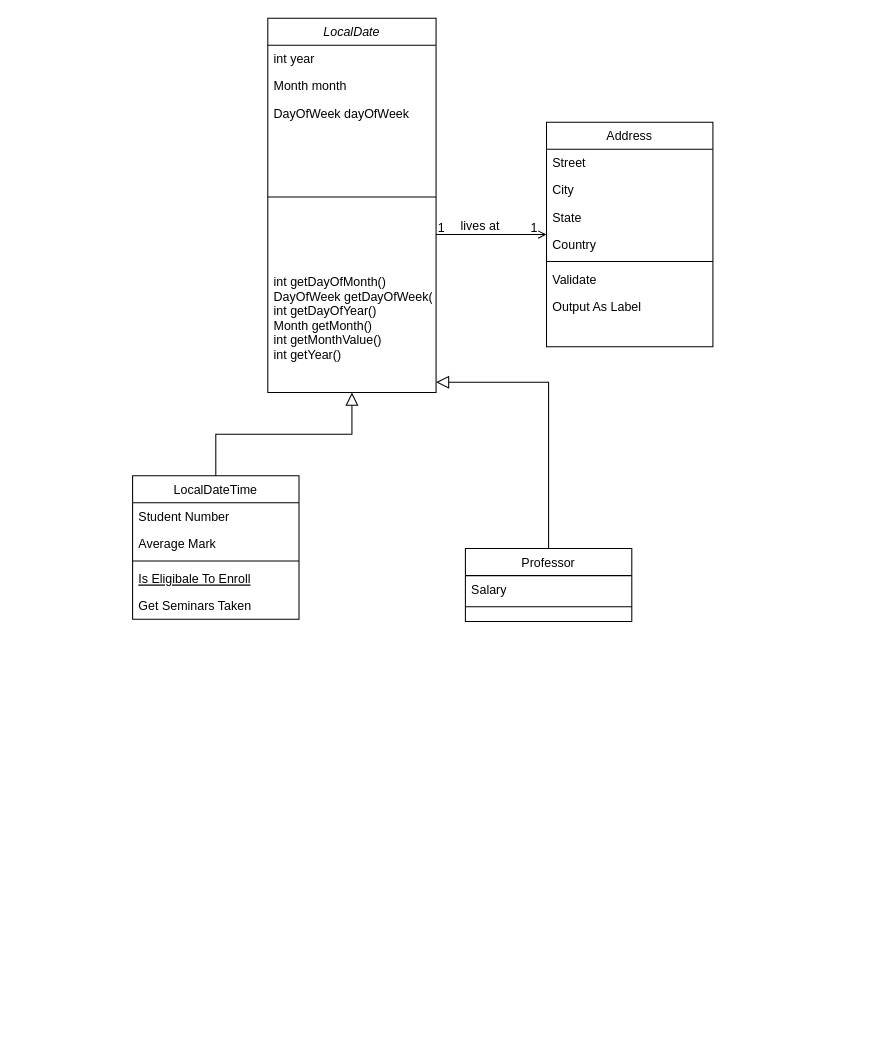
Above: Untitled Diagram.drawio in MaRsOnIx/WSBv2 (draw.io), before the change. Source tidied: cells renumbered, new cells numbered last; positions are measured from the earlier drawing's top-left corner, leaving out a move shared by most shapes. Both pictures are drawn from the tidied source at 104%, with x=0, y=0 at pixel (132, 18).
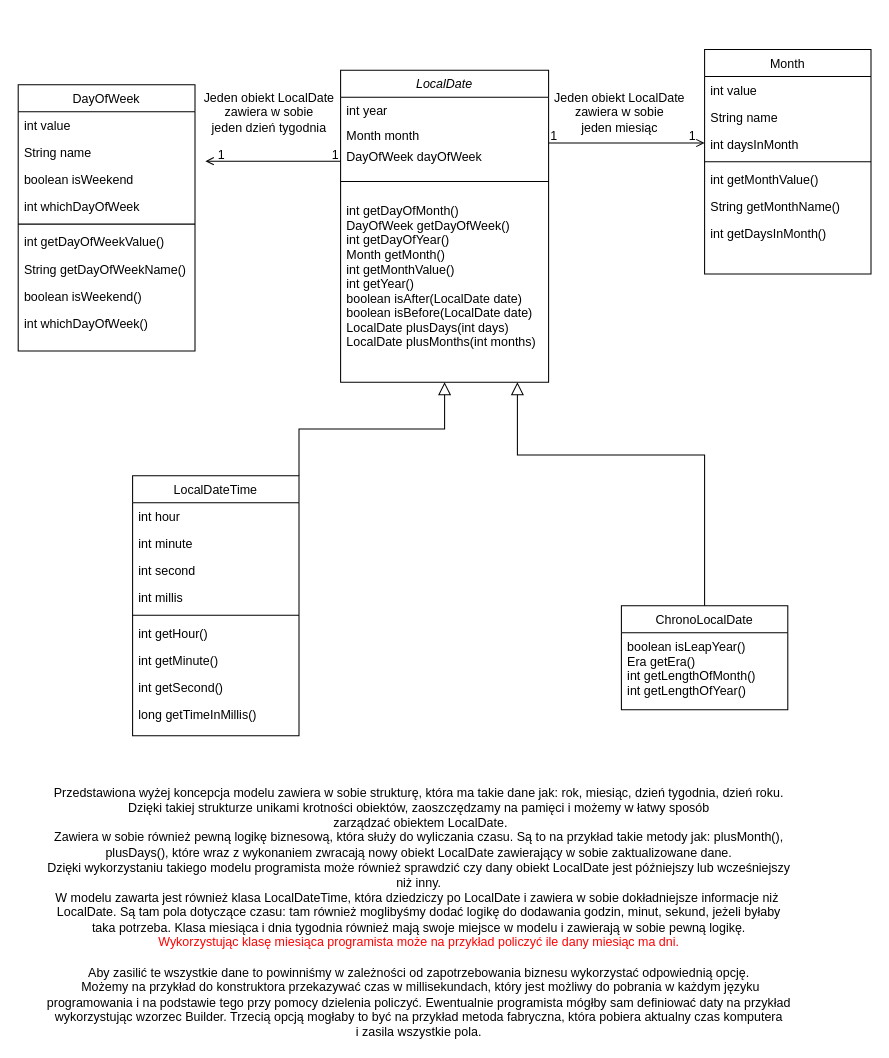
Above is the later version.

Diff of the diagram source:
```diff
@@
     <mxCell id="2" value="LocalDate" style="swimlane;fontStyle=2;align=center;verticalAlign=top;horizontal=1;startSize=26;rounded=0;shadow=0;strokeWidth=1;" parent="1" vertex="1">
-      <mxGeometry x="130" width="161.8" height="360" as="geometry" />
+      <mxGeometry x="200" y="50" width="200" height="300" as="geometry" />
     </mxCell>
     <mxCell id="3" value="int year" style="text;align=left;verticalAlign=top;spacingLeft=4;spacingRight=4;overflow=hidden;" parent="2" vertex="1">
-      <mxGeometry y="26" width="161.8" height="26" as="geometry" />
+      <mxGeometry y="26" width="200" height="24" as="geometry" />
     </mxCell>
     <mxCell id="4" value="Month month" style="text;align=left;verticalAlign=top;spacingLeft=4;spacingRight=4;overflow=hidden;rounded=0;shadow=0;html=0;" parent="2" vertex="1">
-      <mxGeometry y="52" width="161.8" height="26" as="geometry" />
+      <mxGeometry y="50" width="200" height="20" as="geometry" />
     </mxCell>
     <mxCell id="5" value="DayOfWeek dayOfWeek" style="text;align=left;verticalAlign=top;spacingLeft=4;spacingRight=4;overflow=hidden;rounded=0;shadow=0;html=0;" parent="2" vertex="1">
-      <mxGeometry y="78" width="161.8" height="26" as="geometry" />
+      <mxGeometry y="70" width="200" height="22" as="geometry" />
     </mxCell>
     <mxCell id="6" style="line;html=1;strokeWidth=1;align=left;verticalAlign=middle;spacingTop=-1;spacingLeft=3;spacingRight=3;labelPosition=right;" parent="2" vertex="1">
-      <mxGeometry y="104" width="161.8" height="136" as="geometry" />
+      <mxGeometry y="92" width="200" height="30" as="geometry" />
     </mxCell>
-    <mxCell id="7" value="int getDayOfMonth()&#10;DayOfWeek getDayOfWeek()&#10;int getDayOfYear()&#10;Month getMonth()&#10;int getMonthValue()&#10;int getYear()" style="text;align=left;verticalAlign=top;spacingLeft=4;spacingRight=4;overflow=hidden;points=[[0,0.5],[1,0.5]];portConstraint=eastwest;" parent="2" vertex="1">
-      <mxGeometry y="240" width="161.8" height="110" as="geometry" />
+    <mxCell id="7" value="int getDayOfMonth()&#10;DayOfWeek getDayOfWeek()&#10;int getDayOfYear()&#10;Month getMonth()&#10;int getMonthValue()&#10;int getYear()&#10;boolean isAfter(LocalDate date)&#10;boolean isBefore(LocalDate date)&#10;LocalDate plusDays(int days)&#10;LocalDate plusMonths(int months)" style="text;align=left;verticalAlign=top;spacingLeft=4;spacingRight=4;overflow=hidden;points=[[0,0.5],[1,0.5]];portConstraint=eastwest;" parent="2" vertex="1">
+      <mxGeometry y="122" width="200" height="148" as="geometry" />
     </mxCell>
     <mxCell id="8" value="LocalDateTime" style="swimlane;fontStyle=0;align=center;verticalAlign=top;horizontal=1;startSize=26;rounded=0;shadow=0;strokeWidth=1;" parent="1" vertex="1">
-      <mxGeometry y="440" width="160" height="138" as="geometry" />
+      <mxGeometry y="440" width="160" height="250" as="geometry" />
     </mxCell>
-    <mxCell id="9" value="Student Number" style="text;align=left;verticalAlign=top;spacingLeft=4;spacingRight=4;overflow=hidden;" parent="8" vertex="1">
+    <mxCell id="9" value="int hour" style="text;align=left;verticalAlign=top;spacingLeft=4;spacingRight=4;overflow=hidden;" parent="8" vertex="1">
       <mxGeometry y="26" width="160" height="26" as="geometry" />
     </mxCell>
-    <mxCell id="10" value="Average Mark" style="text;align=left;verticalAlign=top;spacingLeft=4;spacingRight=4;overflow=hidden;rounded=0;shadow=0;html=0;" parent="8" vertex="1">
+    <mxCell id="10" value="int minute" style="text;align=left;verticalAlign=top;spacingLeft=4;spacingRight=4;overflow=hidden;rounded=0;shadow=0;html=0;" parent="8" vertex="1">
       <mxGeometry y="52" width="160" height="26" as="geometry" />
     </mxCell>
+    <mxCell id="31" value="int second" style="text;align=left;verticalAlign=top;spacingLeft=4;spacingRight=4;overflow=hidden;rounded=0;shadow=0;html=0;" parent="8" vertex="1">
+      <mxGeometry y="78" width="160" height="26" as="geometry" />
+    </mxCell>
+    <mxCell id="32" value="int millis" style="text;align=left;verticalAlign=top;spacingLeft=4;spacingRight=4;overflow=hidden;rounded=0;shadow=0;html=0;" parent="8" vertex="1">
+      <mxGeometry y="104" width="160" height="26" as="geometry" />
+    </mxCell>
     <mxCell id="11" style="line;html=1;strokeWidth=1;align=left;verticalAlign=middle;spacingTop=-1;spacingLeft=3;spacingRight=3;labelPosition=right;" parent="8" vertex="1">
-      <mxGeometry y="78" width="160" height="8" as="geometry" />
+      <mxGeometry y="130" width="160" height="8" as="geometry" />
     </mxCell>
-    <mxCell id="12" value="Is Eligibale To Enroll" style="text;align=left;verticalAlign=top;spacingLeft=4;spacingRight=4;overflow=hidden;fontStyle=4;" parent="8" vertex="1">
-      <mxGeometry y="86" width="160" height="26" as="geometry" />
-    </mxCell>
-    <mxCell id="13" value="Get Seminars Taken" style="text;align=left;verticalAlign=top;spacingLeft=4;spacingRight=4;overflow=hidden;" parent="8" vertex="1">
-      <mxGeometry y="112" width="160" height="26" as="geometry" />
-    </mxCell>
+    <mxCell id="33" value="int getHour()" style="text;align=left;verticalAlign=top;spacingLeft=4;spacingRight=4;overflow=hidden;" parent="8" vertex="1">
+      <mxGeometry y="138" width="160" height="26" as="geometry" />
+    </mxCell>
+    <mxCell id="34" value="int getMinute()" style="text;align=left;verticalAlign=top;spacingLeft=4;spacingRight=4;overflow=hidden;" parent="8" vertex="1">
+      <mxGeometry y="164" width="160" height="26" as="geometry" />
+    </mxCell>
+    <mxCell id="35" value="int getSecond()" style="text;align=left;verticalAlign=top;spacingLeft=4;spacingRight=4;overflow=hidden;" parent="8" vertex="1">
+      <mxGeometry y="190" width="160" height="26" as="geometry" />
+    </mxCell>
+    <mxCell id="36" value="long getTimeInMillis()" style="text;align=left;verticalAlign=top;spacingLeft=4;spacingRight=4;overflow=hidden;" parent="8" vertex="1">
+      <mxGeometry y="216" width="160" height="26" as="geometry" />
+    </mxCell>
-    <mxCell id="14" style="endArrow=block;endSize=10;endFill=0;shadow=0;strokeWidth=1;rounded=0;edgeStyle=elbowEdgeStyle;elbow=vertical;" parent="1" edge="1" source="8" target="2">
-      <mxGeometry relative="1" as="geometry" />
+    <mxCell id="14" style="endArrow=block;endSize=10;endFill=0;shadow=0;strokeWidth=1;rounded=0;edgeStyle=elbowEdgeStyle;elbow=vertical;" parent="1" edge="1" target="2">
+      <mxGeometry relative="1" as="geometry">
+        <mxPoint x="160" y="440" as="sourcePoint" />
+      </mxGeometry>
     </mxCell>
-    <mxCell id="15" value="Professor" style="swimlane;fontStyle=0;align=center;verticalAlign=top;horizontal=1;startSize=26;rounded=0;shadow=0;strokeWidth=1;" parent="1" vertex="1">
-      <mxGeometry x="320" y="510" width="160" height="70" as="geometry" />
+    <mxCell id="15" value="ChronoLocalDate" style="swimlane;fontStyle=0;align=center;verticalAlign=top;horizontal=1;startSize=26;rounded=0;shadow=0;strokeWidth=1;" parent="1" vertex="1">
+      <mxGeometry x="470" y="565" width="160" height="100" as="geometry" />
     </mxCell>
-    <mxCell id="16" value="Salary" style="text;align=left;verticalAlign=top;spacingLeft=4;spacingRight=4;overflow=hidden;" parent="15" vertex="1">
-      <mxGeometry y="26" width="160" height="26" as="geometry" />
+    <mxCell id="16" value="boolean isLeapYear()&#10;Era getEra()&#10;int getLengthOfMonth()&#10;int getLengthOfYear()" style="text;align=left;verticalAlign=top;spacingLeft=4;spacingRight=4;overflow=hidden;" parent="15" vertex="1">
+      <mxGeometry y="26" width="160" height="74" as="geometry" />
     </mxCell>
-    <mxCell id="17" style="line;html=1;strokeWidth=1;align=left;verticalAlign=middle;spacingTop=-1;spacingLeft=3;spacingRight=3;labelPosition=right;" parent="15" vertex="1">
-      <mxGeometry y="52" width="160" height="8" as="geometry" />
-    </mxCell>
-    <mxCell id="18" value="Address" style="swimlane;fontStyle=0;align=center;verticalAlign=top;horizontal=1;startSize=26;rounded=0;shadow=0;strokeWidth=1;" parent="1" vertex="1">
-      <mxGeometry x="398" y="100" width="160" height="216" as="geometry" />
+    <mxCell id="18" value="Month" style="swimlane;fontStyle=0;align=center;verticalAlign=top;horizontal=1;startSize=26;rounded=0;shadow=0;strokeWidth=1;" parent="1" vertex="1">
+      <mxGeometry x="550" y="30" width="160" height="216" as="geometry" />
     </mxCell>
-    <mxCell id="19" value="Street" style="text;align=left;verticalAlign=top;spacingLeft=4;spacingRight=4;overflow=hidden;" parent="18" vertex="1">
+    <mxCell id="19" value="int value" style="text;align=left;verticalAlign=top;spacingLeft=4;spacingRight=4;overflow=hidden;" parent="18" vertex="1">
       <mxGeometry y="26" width="160" height="26" as="geometry" />
     </mxCell>
-    <mxCell id="20" value="City" style="text;align=left;verticalAlign=top;spacingLeft=4;spacingRight=4;overflow=hidden;rounded=0;shadow=0;html=0;" parent="18" vertex="1">
+    <mxCell id="20" value="String name" style="text;align=left;verticalAlign=top;spacingLeft=4;spacingRight=4;overflow=hidden;rounded=0;shadow=0;html=0;" parent="18" vertex="1">
       <mxGeometry y="52" width="160" height="26" as="geometry" />
     </mxCell>
-    <mxCell id="21" value="State" style="text;align=left;verticalAlign=top;spacingLeft=4;spacingRight=4;overflow=hidden;rounded=0;shadow=0;html=0;" parent="18" vertex="1">
+    <mxCell id="21" value="int daysInMonth" style="text;align=left;verticalAlign=top;spacingLeft=4;spacingRight=4;overflow=hidden;rounded=0;shadow=0;html=0;" parent="18" vertex="1">
       <mxGeometry y="78" width="160" height="26" as="geometry" />
     </mxCell>
-    <mxCell id="22" value="Country" style="text;align=left;verticalAlign=top;spacingLeft=4;spacingRight=4;overflow=hidden;rounded=0;shadow=0;html=0;" parent="18" vertex="1">
-      <mxGeometry y="104" width="160" height="26" as="geometry" />
-    </mxCell>
     <mxCell id="23" style="line;html=1;strokeWidth=1;align=left;verticalAlign=middle;spacingTop=-1;spacingLeft=3;spacingRight=3;labelPosition=right;" parent="18" vertex="1">
-      <mxGeometry y="130" width="160" height="8" as="geometry" />
+      <mxGeometry y="104" width="160" height="8" as="geometry" />
     </mxCell>
-    <mxCell id="24" value="Validate" style="text;align=left;verticalAlign=top;spacingLeft=4;spacingRight=4;overflow=hidden;" parent="18" vertex="1">
-      <mxGeometry y="138" width="160" height="26" as="geometry" />
+    <mxCell id="24" value="int getMonthValue()" style="text;align=left;verticalAlign=top;spacingLeft=4;spacingRight=4;overflow=hidden;" parent="18" vertex="1">
+      <mxGeometry y="112" width="160" height="26" as="geometry" />
     </mxCell>
-    <mxCell id="25" value="Output As Label" style="text;align=left;verticalAlign=top;spacingLeft=4;spacingRight=4;overflow=hidden;" parent="18" vertex="1">
-      <mxGeometry y="164" width="160" height="26" as="geometry" />
+    <mxCell id="25" value="String getMonthName()" style="text;align=left;verticalAlign=top;spacingLeft=4;spacingRight=4;overflow=hidden;" parent="18" vertex="1">
+      <mxGeometry y="138" width="160" height="26" as="geometry" />
     </mxCell>
+    <mxCell id="37" value="int getDaysInMonth()" style="text;align=left;verticalAlign=top;spacingLeft=4;spacingRight=4;overflow=hidden;" parent="18" vertex="1">
+      <mxGeometry y="164" width="160" height="26" as="geometry" />
+    </mxCell>
     <mxCell id="26" style="endArrow=open;shadow=0;strokeWidth=1;rounded=0;endFill=1;edgeStyle=elbowEdgeStyle;elbow=vertical;" parent="1" edge="1" source="2" target="18">
       <mxGeometry x="0.5" y="41" relative="1" as="geometry">
+        <Array as="points">
+          <mxPoint x="430" y="120" />
+        </Array>
         <mxPoint x="-40" y="32" as="offset" />
       </mxGeometry>
     </mxCell>
@@
-    <mxCell id="29" value="lives at" style="text;html=1;align=center;verticalAlign=middle;labelBackgroundColor=none;rounded=0;shadow=0;strokeWidth=1;fontSize=12;" parent="26" vertex="1">
+    <mxCell id="29" value="Jeden obiekt LocalDate&lt;br&gt;zawiera w sobie&lt;br&gt;jeden miesiąc" style="text;html=1;align=center;verticalAlign=middle;labelBackgroundColor=none;rounded=0;shadow=0;strokeWidth=1;fontSize=12;" parent="26" vertex="1">
       <mxGeometry x="0.5" y="49" relative="1" as="geometry">
-        <mxPoint x="-38" y="40" as="offset" />
+        <mxPoint x="-45.8" y="19" as="offset" />
       </mxGeometry>
     </mxCell>
-    <mxCell id="30" style="endArrow=block;endSize=10;endFill=0;shadow=0;strokeWidth=1;rounded=0;edgeStyle=elbowEdgeStyle;elbow=vertical;" parent="1" edge="1" source="15" target="7">
+    <mxCell id="30" style="endArrow=block;endSize=10;endFill=0;shadow=0;strokeWidth=1;rounded=0;edgeStyle=elbowEdgeStyle;elbow=vertical;" parent="1" edge="1" source="15">
       <mxGeometry relative="1" as="geometry">
+        <mxPoint x="370" y="350" as="targetPoint" />
         <Array as="points">
-          <mxPoint x="280" y="350" />
+          <mxPoint x="450" y="420" />
+          <mxPoint x="360" y="350" />
         </Array>
       </mxGeometry>
     </mxCell>
+    <mxCell id="38" value="DayOfWeek" style="swimlane;fontStyle=0;align=center;verticalAlign=top;horizontal=1;startSize=26;rounded=0;shadow=0;strokeWidth=1;" parent="1" vertex="1">
+      <mxGeometry x="-110" y="64" width="170" height="256" as="geometry" />
+    </mxCell>
+    <mxCell id="39" value="int value" style="text;align=left;verticalAlign=top;spacingLeft=4;spacingRight=4;overflow=hidden;" parent="38" vertex="1">
+      <mxGeometry y="26" width="170" height="26" as="geometry" />
+    </mxCell>
+    <mxCell id="40" value="String name" style="text;align=left;verticalAlign=top;spacingLeft=4;spacingRight=4;overflow=hidden;rounded=0;shadow=0;html=0;" parent="38" vertex="1">
+      <mxGeometry y="52" width="170" height="26" as="geometry" />
+    </mxCell>
+    <mxCell id="41" value="boolean isWeekend" style="text;align=left;verticalAlign=top;spacingLeft=4;spacingRight=4;overflow=hidden;rounded=0;shadow=0;html=0;" parent="38" vertex="1">
+      <mxGeometry y="78" width="170" height="26" as="geometry" />
+    </mxCell>
+    <mxCell id="42" value="int whichDayOfWeek" style="text;align=left;verticalAlign=top;spacingLeft=4;spacingRight=4;overflow=hidden;" parent="38" vertex="1">
+      <mxGeometry y="104" width="170" height="26" as="geometry" />
+    </mxCell>
+    <mxCell id="43" style="line;html=1;strokeWidth=1;align=left;verticalAlign=middle;spacingTop=-1;spacingLeft=3;spacingRight=3;labelPosition=right;" parent="38" vertex="1">
+      <mxGeometry y="130" width="170" height="8" as="geometry" />
+    </mxCell>
+    <mxCell id="44" value="int getDayOfWeekValue()" style="text;align=left;verticalAlign=top;spacingLeft=4;spacingRight=4;overflow=hidden;" parent="38" vertex="1">
+      <mxGeometry y="138" width="170" height="26" as="geometry" />
+    </mxCell>
+    <mxCell id="45" value="String getDayOfWeekName()" style="text;align=left;verticalAlign=top;spacingLeft=4;spacingRight=4;overflow=hidden;" parent="38" vertex="1">
+      <mxGeometry y="164" width="170" height="26" as="geometry" />
+    </mxCell>
+    <mxCell id="46" value="boolean isWeekend()" style="text;align=left;verticalAlign=top;spacingLeft=4;spacingRight=4;overflow=hidden;" parent="38" vertex="1">
+      <mxGeometry y="190" width="170" height="26" as="geometry" />
+    </mxCell>
+    <mxCell id="47" value="int whichDayOfWeek()" style="text;align=left;verticalAlign=top;spacingLeft=4;spacingRight=4;overflow=hidden;" parent="38" vertex="1">
+      <mxGeometry y="216" width="170" height="26" as="geometry" />
+    </mxCell>
+    <mxCell id="48" value="Jeden obiekt LocalDate&lt;br&gt;zawiera w sobie&lt;br&gt;jeden dzień tygodnia" style="text;html=1;align=center;verticalAlign=middle;labelBackgroundColor=none;rounded=0;shadow=0;strokeWidth=1;fontSize=12;" parent="1" vertex="1">
+      <mxGeometry x="130" y="90" as="geometry" />
+    </mxCell>
+    <mxCell id="49" style="endArrow=open;shadow=0;strokeWidth=1;rounded=0;endFill=1;edgeStyle=elbowEdgeStyle;elbow=vertical;" parent="1" edge="1">
+      <mxGeometry x="0.5" y="41" relative="1" as="geometry">
+        <mxPoint x="200" y="137.5" as="sourcePoint" />
+        <mxPoint x="70" y="138" as="targetPoint" />
+        <Array as="points">
+          <mxPoint x="230" y="137.5" />
+        </Array>
+        <mxPoint x="-40" y="32" as="offset" />
+      </mxGeometry>
+    </mxCell>
+    <mxCell id="50" value="1" style="align=left;verticalAlign=bottom;labelBackgroundColor=none;fontSize=12;direction=south;" parent="49" vertex="1">
+      <mxGeometry x="-1" relative="1" as="geometry">
+        <mxPoint x="-10" y="2" as="offset" />
+      </mxGeometry>
+    </mxCell>
+    <mxCell id="51" value="1" style="align=right;verticalAlign=bottom;labelBackgroundColor=none;fontSize=12;" parent="49" vertex="1">
+      <mxGeometry x="1" relative="1" as="geometry">
+        <mxPoint x="20" y="1.5" as="offset" />
+      </mxGeometry>
+    </mxCell>
+    <mxCell id="52" value="Przedstawiona wyżej koncepcja modelu zawiera w sobie strukturę, która ma takie dane jak: rok, miesiąc, dzień tygodnia, dzień roku.&lt;br&gt;Dzięki takiej strukturze unikami krotności obiektów, zaoszczędzamy na pamięci i możemy w łatwy sposób&lt;br&gt;&amp;nbsp;zarządzać obiektem LocalDate.&lt;br&gt;Zawiera w sobie również pewną logikę biznesową, która służy do wyliczania czasu. Są to na przykład takie metody jak: plusMonth(),&lt;br&gt;plusDays(), które wraz z wykonaniem zwracają nowy obiekt LocalDate zawierający w sobie zaktualizowane dane.&lt;br&gt;Dzięki wykorzystaniu takiego modelu programista może również sprawdzić czy dany obiekt LocalDate jest późniejszy lub wcześniejszy&lt;br&gt;niż inny.&lt;br&gt;W modelu zawarta jest również klasa LocalDateTime, która dziedziczy po LocalDate i zawiera w sobie dokładniejsze informacje niż&amp;nbsp;&lt;br&gt;LocalDate. Są tam pola dotyczące czasu: tam również moglibyśmy dodać logikę do dodawania godzin, minut, sekund, jeżeli byłaby&lt;br&gt;taka potrzeba. Klasa miesiąca i dnia tygodnia również mają swoje miejsce w modelu i zawierają w sobie pewną logikę.&lt;br&gt;&lt;font color=&quot;#ff0000&quot;&gt;Wykorzystując klasę miesiąca programista może na przykład policzyć ile dany miesiąc ma dni.&lt;/font&gt;&lt;br&gt;&lt;br&gt;Aby zasilić te wszystkie dane to powinniśmy w zależności od zapotrzebowania biznesu wykorzystać odpowiednią opcję.&lt;br&gt;&amp;nbsp;Możemy na przykład do konstruktora przekazywać czas w millisekundach, który jest możliwy do pobrania w każdym języku &lt;br&gt;programowania i na podstawie tego przy pomocy dzielenia policzyć. Ewentualnie programista mógłby sam definiować daty na przykład&lt;br&gt;wykorzystując wzorzec Builder. Trzecią opcją mogłaby to być na przykład metoda fabryczna, która pobiera aktualny czas komputera&lt;br&gt;i zasila wszystkie pola." style="text;html=1;align=center;verticalAlign=middle;" parent="1" vertex="1">
+      <mxGeometry x="-90" y="740" width="730" height="240" as="geometry" />
+    </mxCell>
```
